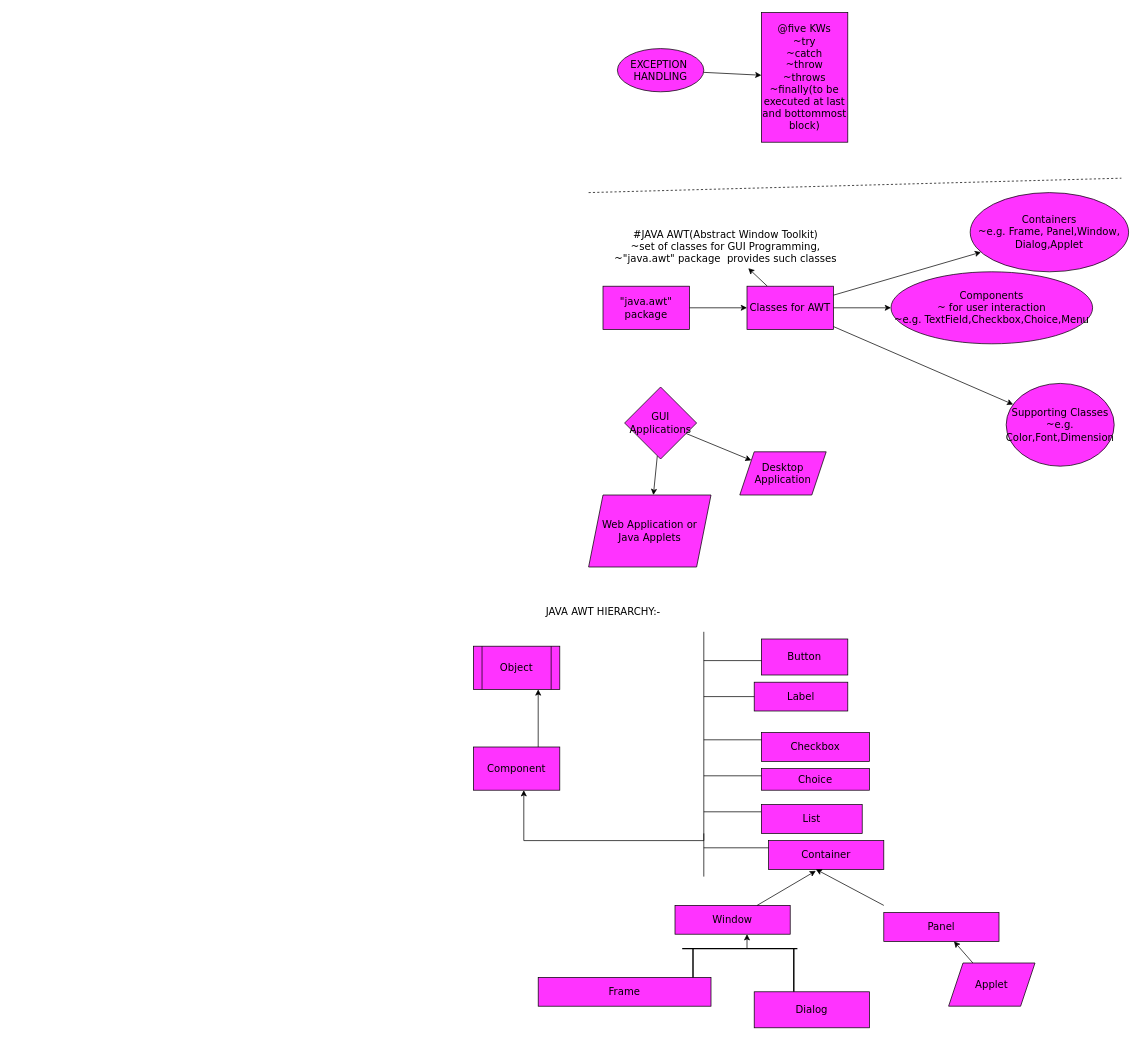
This is page "Page-2" (2 of 2) of java SE mind map.drawio from 104maestro/mindmap_java, a draw.io file, before an edit. Source tidied: cells renumbered, new cells numbered last; positions are measured from the earlier drawing's top-left corner, leaving out a move shared by most shapes. Both pictures are drawn from the tidied source at 72%, with x=0, y=0 at pixel (473, 12).
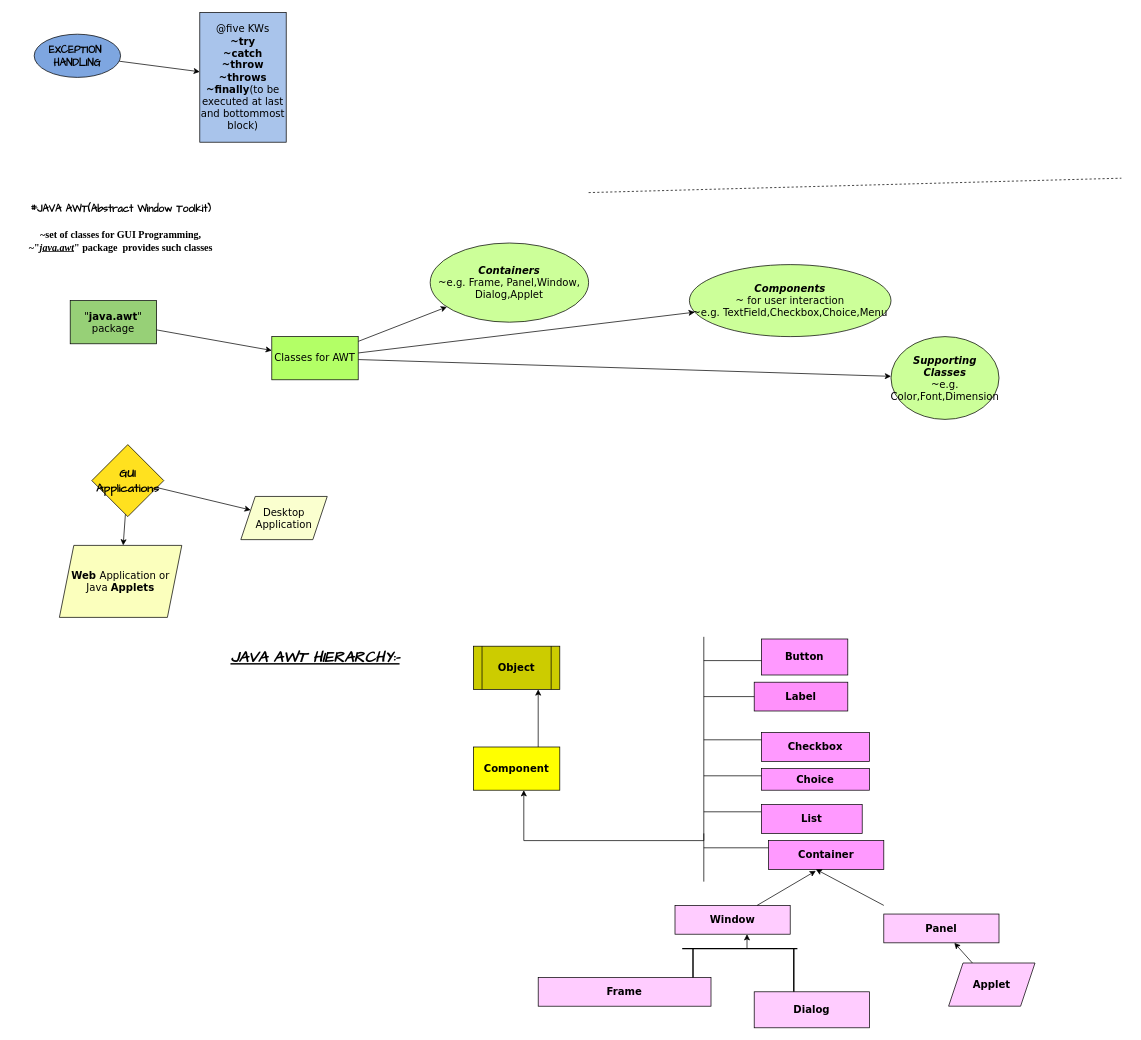
The same page after the edit.

What changed in the source:
```diff
@@
-    <mxCell id="4" value="EXCEPTION&amp;nbsp;&lt;br&gt;HANDLING" style="ellipse;whiteSpace=wrap;html=1;fontFamily=Verdana;fontSize=14;strokeColor=#000000;fillColor=#FF33FF;" parent="1" vertex="1">
-      <mxGeometry x="200" y="50" width="120" height="60" as="geometry" />
+    <mxCell id="4" value="&lt;h4&gt;&lt;font face=&quot;Comic Sans MS&quot;&gt;EXCEPTION&amp;nbsp;&lt;br&gt;HANDLING&lt;/font&gt;&lt;/h4&gt;" style="ellipse;whiteSpace=wrap;html=1;fontFamily=Verdana;fontSize=14;strokeColor=#000000;fillColor=#7EA6E0;" parent="1" vertex="1">
+      <mxGeometry x="-610" y="30" width="120" height="60" as="geometry" />
     </mxCell>
-    <mxCell id="5" value="@five KWs&lt;br&gt;~try&lt;br&gt;~catch&lt;br&gt;~throw&lt;br&gt;~throws&lt;br&gt;~finally(to be executed at last and bottommost block)" style="whiteSpace=wrap;html=1;fontSize=14;fontFamily=Verdana;fillColor=#FF33FF;strokeColor=#000000;" parent="1" vertex="1">
-      <mxGeometry x="400" width="120" height="180" as="geometry" />
+    <mxCell id="5" value="@five KWs&lt;br&gt;&lt;b&gt;~try&lt;br&gt;~catch&lt;br&gt;~throw&lt;br&gt;~throws&lt;br&gt;~finally&lt;/b&gt;(to be executed at last and bottommost block)" style="whiteSpace=wrap;html=1;fontSize=14;fontFamily=Verdana;fillColor=#A9C4EB;strokeColor=#000000;" parent="1" vertex="1">
+      <mxGeometry x="-380" width="120" height="180" as="geometry" />
     </mxCell>
-    <mxCell id="6" value="#JAVA AWT(Abstract Window Toolkit)&lt;br&gt;~set of classes for GUI Programming,&lt;br&gt;~&quot;java.awt&quot; package&amp;nbsp; provides such classes&lt;br&gt;" style="text;html=1;align=center;verticalAlign=middle;points=[];strokeColor=none;fillColor=none;fontSize=14;fontFamily=Verdana;" parent="1" vertex="1">
-      <mxGeometry x="185" y="295" width="330" height="60" as="geometry" />
+    <mxCell id="6" value="&lt;h4&gt;&lt;b style=&quot;&quot;&gt;&lt;font face=&quot;Comic Sans MS&quot;&gt;#JAVA AWT(Abstract Window Toolkit)&lt;/font&gt;&lt;/b&gt;&lt;/h4&gt;&lt;font style=&quot;font-weight: bold;&quot; face=&quot;Garamond&quot;&gt;~set of classes for GUI Programming,&lt;/font&gt;&lt;br&gt;&lt;font style=&quot;&quot; face=&quot;Garamond&quot;&gt;&lt;b&gt;~&quot;&lt;/b&gt;&lt;i&gt;&lt;u&gt;&lt;b&gt;java.awt&lt;/b&gt;&lt;/u&gt;&lt;/i&gt;&lt;b&gt;&quot; package&amp;nbsp; provides such classes&lt;/b&gt;&lt;/font&gt;" style="text;html=1;align=center;verticalAlign=middle;points=[];strokeColor=none;fillColor=none;fontSize=14;fontFamily=Verdana;" parent="1" vertex="1">
+      <mxGeometry x="-640" y="240" width="300" height="100" as="geometry" />
     </mxCell>
@@
-    <mxCell id="9" value="&quot;java.awt&quot; package" style="whiteSpace=wrap;html=1;fontFamily=Verdana;fontSize=14;strokeColor=#000000;fillColor=#FF33FF;" parent="1" vertex="1">
-      <mxGeometry x="180" y="380" width="120" height="60" as="geometry" />
+    <mxCell id="9" value="&quot;&lt;b&gt;java.awt&lt;/b&gt;&quot; package" style="whiteSpace=wrap;html=1;fontFamily=Verdana;fontSize=14;strokeColor=#000000;fillColor=#97D077;" parent="1" vertex="1">
+      <mxGeometry x="-560" y="400" width="120" height="60" as="geometry" />
     </mxCell>
@@
-    <mxCell id="12" style="edgeStyle=none;rounded=0;jettySize=auto;html=1;fontFamily=Verdana;fontSize=14;" parent="1" edge="1" source="14" target="6">
-      <mxGeometry relative="1" as="geometry" />
-    </mxCell>
@@
-    <mxCell id="14" value="Classes for AWT" style="whiteSpace=wrap;html=1;fontSize=14;fontFamily=Verdana;fillColor=#FF33FF;strokeColor=#000000;" parent="1" vertex="1">
-      <mxGeometry x="380" y="380" width="120" height="60" as="geometry" />
+    <mxCell id="14" value="Classes for AWT" style="whiteSpace=wrap;html=1;fontSize=14;fontFamily=Verdana;fillColor=#B3FF66;strokeColor=#000000;" parent="1" vertex="1">
+      <mxGeometry x="-280" y="450" width="120" height="60" as="geometry" />
     </mxCell>
-    <mxCell id="15" value="Components&lt;br&gt;~ for user interaction&lt;br&gt;~e.g. TextField,Checkbox,Choice,Menu" style="ellipse;whiteSpace=wrap;html=1;fontSize=14;fontFamily=Verdana;fillColor=#FF33FF;strokeColor=#000000;" parent="1" vertex="1">
-      <mxGeometry x="580" y="360" width="280" height="100" as="geometry" />
+    <mxCell id="15" value="&lt;i&gt;&lt;b&gt;Components&lt;/b&gt;&lt;/i&gt;&lt;br&gt;~ for user interaction&lt;br&gt;~e.g. TextField,Checkbox,Choice,Menu" style="ellipse;whiteSpace=wrap;html=1;fontSize=14;fontFamily=Verdana;fillColor=#CCFF99;strokeColor=#000000;" parent="1" vertex="1">
+      <mxGeometry x="300" y="350" width="280" height="100" as="geometry" />
     </mxCell>
-    <mxCell id="16" value="Supporting Classes&lt;br&gt;~e.g. Color,Font,Dimension" style="ellipse;whiteSpace=wrap;html=1;fontSize=14;fontFamily=Verdana;fillColor=#FF33FF;strokeColor=#000000;" parent="1" vertex="1">
-      <mxGeometry x="740" y="515" width="150" height="115" as="geometry" />
+    <mxCell id="16" value="&lt;b&gt;&lt;i&gt;Supporting Classes&lt;/i&gt;&lt;/b&gt;&lt;br&gt;~e.g. Color,Font,Dimension" style="ellipse;whiteSpace=wrap;html=1;fontSize=14;fontFamily=Verdana;fillColor=#CCFF99;strokeColor=#000000;" parent="1" vertex="1">
+      <mxGeometry x="580" y="450" width="150" height="115" as="geometry" />
     </mxCell>
-    <mxCell id="17" value="Containers&lt;br&gt;~e.g. Frame, Panel,Window,&lt;br&gt;Dialog,Applet" style="ellipse;whiteSpace=wrap;html=1;fontSize=14;fontFamily=Verdana;fillColor=#FF33FF;strokeColor=#000000;" parent="1" vertex="1">
-      <mxGeometry x="690" y="250" width="220" height="110" as="geometry" />
+    <mxCell id="17" value="&lt;b&gt;&lt;i&gt;Containers&lt;/i&gt;&lt;/b&gt;&lt;br&gt;~e.g. Frame, Panel,Window,&lt;br&gt;Dialog,Applet" style="ellipse;whiteSpace=wrap;html=1;fontSize=14;fontFamily=Verdana;fillColor=#CCFF99;strokeColor=#000000;" parent="1" vertex="1">
+      <mxGeometry x="-60" y="320" width="220" height="110" as="geometry" />
     </mxCell>
@@
-    <mxCell id="20" value="GUI Applications" style="rhombus;whiteSpace=wrap;html=1;fontFamily=Verdana;fontSize=14;strokeColor=#000000;fillColor=#FF33FF;" parent="1" vertex="1">
-      <mxGeometry x="210" y="520" width="100" height="100" as="geometry" />
+    <mxCell id="20" value="&lt;h3&gt;&lt;font face=&quot;Comic Sans MS&quot;&gt;GUI Applications&lt;/font&gt;&lt;/h3&gt;" style="rhombus;whiteSpace=wrap;html=1;fontFamily=Verdana;fontSize=14;strokeColor=#000000;fillColor=#FFE11F;" parent="1" vertex="1">
+      <mxGeometry x="-530" y="600" width="100" height="100" as="geometry" />
     </mxCell>
-    <mxCell id="21" value="Web Application or&lt;br&gt;Java Applets" style="shape=parallelogram;perimeter=parallelogramPerimeter;whiteSpace=wrap;html=1;fixedSize=1;fontSize=14;fontFamily=Verdana;fillColor=#FF33FF;strokeColor=#000000;" parent="1" vertex="1">
-      <mxGeometry x="160" y="670" width="170" height="100" as="geometry" />
+    <mxCell id="21" value="&lt;b&gt;Web &lt;/b&gt;Application or&lt;br&gt;Java &lt;b&gt;Applets&lt;/b&gt;" style="shape=parallelogram;perimeter=parallelogramPerimeter;whiteSpace=wrap;html=1;fixedSize=1;fontSize=14;fontFamily=Verdana;fillColor=#FBFFBD;strokeColor=#000000;" parent="1" vertex="1">
+      <mxGeometry x="-575" y="740" width="170" height="100" as="geometry" />
     </mxCell>
-    <mxCell id="22" value="Desktop&lt;br&gt;Application" style="shape=parallelogram;perimeter=parallelogramPerimeter;whiteSpace=wrap;html=1;fixedSize=1;fontSize=14;fontFamily=Verdana;fillColor=#FF33FF;strokeColor=#000000;" parent="1" vertex="1">
-      <mxGeometry x="370" y="610" width="120" height="60" as="geometry" />
+    <mxCell id="22" value="Desktop&lt;br&gt;Application" style="shape=parallelogram;perimeter=parallelogramPerimeter;whiteSpace=wrap;html=1;fixedSize=1;fontSize=14;fontFamily=Verdana;fillColor=#FAFFCF;strokeColor=#000000;" parent="1" vertex="1">
+      <mxGeometry x="-323" y="672" width="120" height="60" as="geometry" />
     </mxCell>
-    <mxCell id="23" value="JAVA AWT HIERARCHY:-" style="text;html=1;align=center;verticalAlign=middle;strokeColor=none;fillColor=none;fontSize=14;fontFamily=Verdana;" parent="1" vertex="1">
-      <mxGeometry x="85" y="817" width="190" height="30" as="geometry" />
+    <mxCell id="23" value="&lt;h2&gt;&lt;font face=&quot;Comic Sans MS&quot;&gt;&lt;u style=&quot;&quot;&gt;&lt;i&gt;JAVA AWT HIERARCHY:-&lt;/i&gt;&lt;/u&gt;&lt;/font&gt;&lt;/h2&gt;" style="text;html=1;align=center;verticalAlign=middle;strokeColor=none;fillColor=none;fontSize=14;fontFamily=Verdana;" parent="1" vertex="1">
+      <mxGeometry x="-370" y="860" width="300" height="70" as="geometry" />
     </mxCell>
-    <mxCell id="24" value="Object" style="shape=process;whiteSpace=wrap;html=1;backgroundOutline=1;fontFamily=Verdana;fontSize=14;strokeColor=#000000;fillColor=#FF33FF;" parent="1" vertex="1">
+    <mxCell id="24" value="&lt;b&gt;Object&lt;/b&gt;" style="shape=process;whiteSpace=wrap;html=1;backgroundOutline=1;fontFamily=Verdana;fontSize=14;strokeColor=#000000;fillColor=#CCCC00;" parent="1" vertex="1">
       <mxGeometry y="880" width="120" height="60" as="geometry" />
     </mxCell>
-    <mxCell id="25" value="Component" style="whiteSpace=wrap;html=1;fontSize=14;fontFamily=Verdana;fillColor=#FF33FF;strokeColor=#000000;" parent="1" vertex="1">
+    <mxCell id="25" value="&lt;b&gt;Component&lt;/b&gt;" style="whiteSpace=wrap;html=1;fontSize=14;fontFamily=Verdana;fillColor=#FFFF00;strokeColor=#000000;" parent="1" vertex="1">
       <mxGeometry y="1020" width="120" height="60" as="geometry" />
     </mxCell>
     <mxCell id="26" style="endArrow=none;html=1;rounded=0;fontFamily=Verdana;fontSize=14;" parent="1" edge="1">
       <mxGeometry relative="1" as="geometry">
-        <mxPoint x="320" y="860" as="sourcePoint" />
-        <mxPoint x="320" y="1200" as="targetPoint" />
+        <mxPoint x="320" y="867" as="sourcePoint" />
+        <mxPoint x="320" y="1207" as="targetPoint" />
       </mxGeometry>
     </mxCell>
@@
-    <mxCell id="32" value="Button" style="whiteSpace=wrap;html=1;fontFamily=Verdana;fontSize=14;strokeColor=#000000;fillColor=#FF33FF;" parent="1" vertex="1">
+    <mxCell id="32" value="&lt;b&gt;Button&lt;/b&gt;" style="whiteSpace=wrap;html=1;fontFamily=Verdana;fontSize=14;strokeColor=#000000;fillColor=#FF99FF;" parent="1" vertex="1">
       <mxGeometry x="400" y="870" width="120" height="50" as="geometry" />
     </mxCell>
-    <mxCell id="33" value="Label" style="whiteSpace=wrap;html=1;fontFamily=Verdana;fontSize=14;strokeColor=#000000;fillColor=#FF33FF;" parent="1" vertex="1">
+    <mxCell id="33" value="&lt;b&gt;Label&lt;/b&gt;" style="whiteSpace=wrap;html=1;fontFamily=Verdana;fontSize=14;strokeColor=#000000;fillColor=#FF91FB;" parent="1" vertex="1">
       <mxGeometry x="390" y="930" width="130" height="40" as="geometry" />
     </mxCell>
-    <mxCell id="34" value="Checkbox" style="whiteSpace=wrap;html=1;fontFamily=Verdana;fontSize=14;strokeColor=#000000;fillColor=#FF33FF;" parent="1" vertex="1">
+    <mxCell id="34" value="&lt;b&gt;Checkbox&lt;/b&gt;" style="whiteSpace=wrap;html=1;fontFamily=Verdana;fontSize=14;strokeColor=#000000;fillColor=#FF99FF;" parent="1" vertex="1">
       <mxGeometry x="400" y="1000" width="150" height="40" as="geometry" />
     </mxCell>
-    <mxCell id="35" value="Choice" style="whiteSpace=wrap;html=1;fontFamily=Verdana;fontSize=14;strokeColor=#000000;fillColor=#FF33FF;" parent="1" vertex="1">
+    <mxCell id="35" value="&lt;b&gt;Choice&lt;/b&gt;" style="whiteSpace=wrap;html=1;fontFamily=Verdana;fontSize=14;strokeColor=#000000;fillColor=#FF99FF;" parent="1" vertex="1">
       <mxGeometry x="400" y="1050" width="150" height="30" as="geometry" />
     </mxCell>
-    <mxCell id="36" value="List" style="whiteSpace=wrap;html=1;fontFamily=Verdana;fontSize=14;strokeColor=#000000;fillColor=#FF33FF;" parent="1" vertex="1">
+    <mxCell id="36" value="&lt;b&gt;List&lt;/b&gt;" style="whiteSpace=wrap;html=1;fontFamily=Verdana;fontSize=14;strokeColor=#000000;fillColor=#FF99FF;" parent="1" vertex="1">
       <mxGeometry x="400" y="1100" width="140" height="40" as="geometry" />
     </mxCell>
-    <mxCell id="37" value="Container" style="whiteSpace=wrap;html=1;fontFamily=Verdana;fontSize=14;strokeColor=#000000;fillColor=#FF33FF;" parent="1" vertex="1">
+    <mxCell id="37" value="&lt;b&gt;Container&lt;/b&gt;" style="whiteSpace=wrap;html=1;fontFamily=Verdana;fontSize=14;strokeColor=#000000;fillColor=#FF99FF;" parent="1" vertex="1">
       <mxGeometry x="410" y="1150" width="160" height="40" as="geometry" />
     </mxCell>
-    <mxCell id="38" value="Window" style="whiteSpace=wrap;html=1;fontFamily=Verdana;fontSize=14;strokeColor=#000000;fillColor=#FF33FF;" parent="1" vertex="1">
+    <mxCell id="38" value="&lt;b&gt;Window&lt;/b&gt;" style="whiteSpace=wrap;html=1;fontFamily=Verdana;fontSize=14;strokeColor=#000000;fillColor=#FFCCFF;" parent="1" vertex="1">
       <mxGeometry x="280" y="1240" width="160" height="40" as="geometry" />
     </mxCell>
-    <mxCell id="39" value="Panel" style="whiteSpace=wrap;html=1;fontFamily=Verdana;fontSize=14;strokeColor=#000000;fillColor=#FF33FF;" parent="1" vertex="1">
-      <mxGeometry x="570" y="1250" width="160" height="40" as="geometry" />
+    <mxCell id="39" value="&lt;b&gt;Panel&lt;/b&gt;" style="whiteSpace=wrap;html=1;fontFamily=Verdana;fontSize=14;strokeColor=#000000;fillColor=#FFCCFF;" parent="1" vertex="1">
+      <mxGeometry x="570" y="1252" width="160" height="40" as="geometry" />
     </mxCell>
-    <mxCell id="40" value="Applet" style="shape=parallelogram;perimeter=parallelogramPerimeter;whiteSpace=wrap;html=1;fixedSize=1;fontSize=14;fontFamily=Verdana;fillColor=#FF33FF;strokeColor=#000000;" parent="1" vertex="1">
+    <mxCell id="40" value="&lt;b&gt;Applet&lt;/b&gt;" style="shape=parallelogram;perimeter=parallelogramPerimeter;whiteSpace=wrap;html=1;fixedSize=1;fontSize=14;fontFamily=Verdana;fillColor=#FFCCFF;strokeColor=#000000;" parent="1" vertex="1">
       <mxGeometry x="660" y="1320" width="120" height="60" as="geometry" />
     </mxCell>
-    <mxCell id="41" value="Frame" style="whiteSpace=wrap;html=1;fontFamily=Verdana;fontSize=14;strokeColor=#000000;fillColor=#FF33FF;" parent="1" vertex="1">
+    <mxCell id="41" value="&lt;b&gt;Frame&lt;/b&gt;" style="whiteSpace=wrap;html=1;fontFamily=Verdana;fontSize=14;strokeColor=#000000;fillColor=#FFCCFF;" parent="1" vertex="1">
       <mxGeometry x="90" y="1340" width="240" height="40" as="geometry" />
     </mxCell>
-    <mxCell id="42" value="Dialog" style="whiteSpace=wrap;html=1;fontFamily=Verdana;fontSize=14;strokeColor=#000000;fillColor=#FF33FF;" parent="1" vertex="1">
+    <mxCell id="42" value="&lt;b&gt;Dialog&lt;/b&gt;" style="whiteSpace=wrap;html=1;fontFamily=Verdana;fontSize=14;strokeColor=#000000;fillColor=#FFCCFF;" parent="1" vertex="1">
       <mxGeometry x="390" y="1360" width="160" height="50" as="geometry" />
     </mxCell>
```
